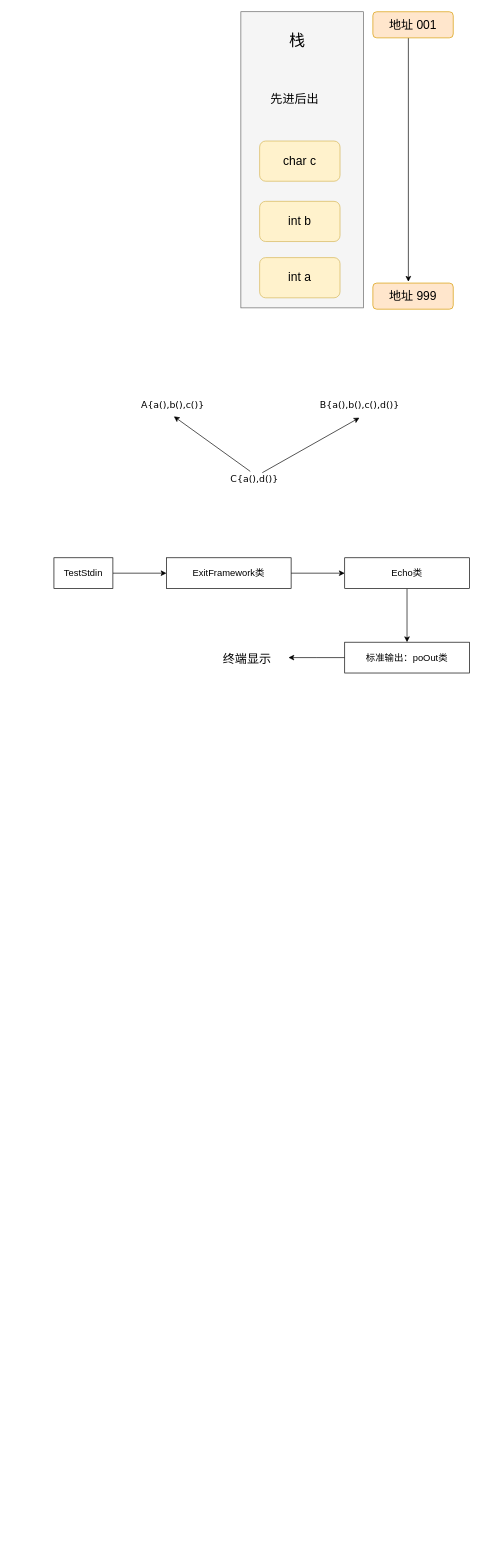
The draw.io diagram page "第 2 页" (2 of 3) of docs/workSpacePic/流程图.drawio in kenlin-00/kendall-cpp-view, before the edit. Source tidied: cells renumbered, new cells numbered last; positions are measured from the earlier drawing's top-left corner, leaving out a move shared by most shapes. Both pictures are drawn from the tidied source at 67%, with x=0, y=0 at pixel (54, 11).
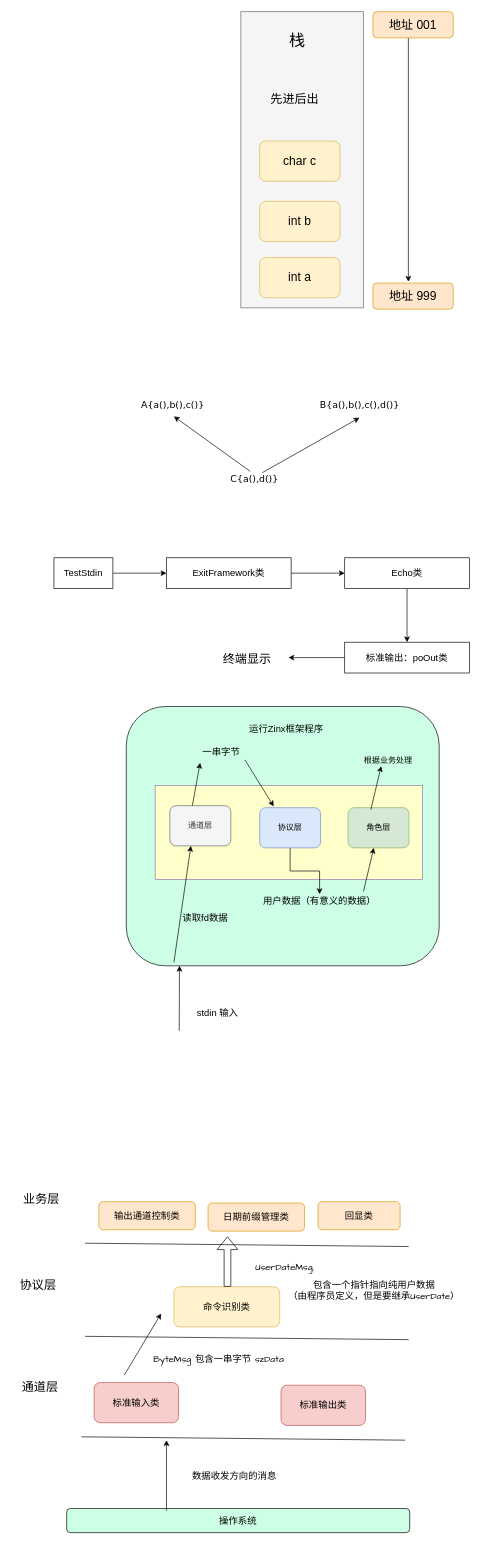
Above is the later version.

What changed in the source:
```diff
@@
+    <mxCell id="25" style="rounded=1;whiteSpace=wrap;html=1;fillColor=#CCFFE6;" parent="1" vertex="1">
+      <mxGeometry x="108" y="1037" width="467" height="387" as="geometry" />
+    </mxCell>
+    <mxCell id="26" style="rounded=0;whiteSpace=wrap;html=1;strokeColor=#9673a6;fillColor=#FFFFCC;" parent="1" vertex="1">
+      <mxGeometry x="151" y="1155" width="399" height="140" as="geometry" />
+    </mxCell>
+    <mxCell id="27" value="通道层" style="rounded=1;whiteSpace=wrap;html=1;fillColor=#f5f5f5;strokeColor=#666666;fontColor=#333333;" parent="1" vertex="1">
+      <mxGeometry x="173" y="1185" width="91" height="60" as="geometry" />
+    </mxCell>
+    <mxCell id="28" style="edgeStyle=orthogonalEdgeStyle;rounded=0;jettySize=auto;html=1;" parent="1" edge="1" source="29" target="39">
+      <mxGeometry relative="1" as="geometry" />
+    </mxCell>
+    <mxCell id="29" value="协议层" style="rounded=1;whiteSpace=wrap;html=1;fillColor=#dae8fc;strokeColor=#6c8ebf;" parent="1" vertex="1">
+      <mxGeometry x="307" y="1188" width="91" height="60" as="geometry" />
+    </mxCell>
+    <mxCell id="30" value="角色层" style="rounded=1;whiteSpace=wrap;html=1;fillColor=#d5e8d4;strokeColor=#82b366;" parent="1" vertex="1">
+      <mxGeometry x="439" y="1188" width="91" height="60" as="geometry" />
+    </mxCell>
+    <mxCell id="31" value="&lt;font style=&quot;font-size: 14px&quot;&gt;运行Zinx框架程序&lt;/font&gt;" style="text;html=1;strokeColor=none;fillColor=none;align=center;verticalAlign=middle;whiteSpace=wrap;rounded=0;" parent="1" vertex="1">
+      <mxGeometry x="268" y="1060" width="158" height="20" as="geometry" />
+    </mxCell>
+    <mxCell id="32" style="endArrow=classic;html=1;entryX=0.17;entryY=1;entryDx=0;entryDy=0;entryPerimeter=0;" parent="1" edge="1" target="25">
+      <mxGeometry relative="1" as="geometry">
+        <mxPoint x="187" y="1521" as="sourcePoint" />
+      </mxGeometry>
+    </mxCell>
+    <mxCell id="33" value="&lt;font style=&quot;font-size: 14px&quot;&gt;stdin 输入&lt;/font&gt;" style="text;html=1;strokeColor=none;fillColor=none;align=center;verticalAlign=middle;whiteSpace=wrap;rounded=0;" parent="1" vertex="1">
+      <mxGeometry x="205" y="1485" width="79" height="20" as="geometry" />
+    </mxCell>
+    <mxCell id="34" style="endArrow=classic;html=1;entryX=0.17;entryY=1;entryDx=0;entryDy=0;entryPerimeter=0;" parent="1" edge="1">
+      <mxGeometry relative="1" as="geometry">
+        <mxPoint x="179" y="1419" as="sourcePoint" />
+        <mxPoint x="204.4" y="1245" as="targetPoint" />
+      </mxGeometry>
+    </mxCell>
+    <mxCell id="35" value="&lt;font style=&quot;font-size: 14px&quot;&gt;读取fd数据&lt;/font&gt;" style="text;html=1;strokeColor=none;fillColor=none;align=center;verticalAlign=middle;whiteSpace=wrap;rounded=0;" parent="1" vertex="1">
+      <mxGeometry x="147" y="1342" width="158" height="20" as="geometry" />
+    </mxCell>
+    <mxCell id="36" style="endArrow=classic;html=1;entryX=0.236;entryY=0.217;entryDx=0;entryDy=0;entryPerimeter=0;" parent="1" edge="1" target="25">
+      <mxGeometry relative="1" as="geometry">
+        <mxPoint x="206.6" y="1185" as="sourcePoint" />
+      </mxGeometry>
+    </mxCell>
+    <mxCell id="37" value="&lt;font style=&quot;font-size: 14px&quot;&gt;一串字节&lt;/font&gt;" style="text;html=1;strokeColor=none;fillColor=none;align=center;verticalAlign=middle;whiteSpace=wrap;rounded=0;" parent="1" vertex="1">
+      <mxGeometry x="202" y="1095" width="95.5" height="20" as="geometry" />
+    </mxCell>
+    <mxCell id="38" style="endArrow=classic;html=1;exitX=0.871;exitY=1.09;exitDx=0;exitDy=0;exitPerimeter=0;" parent="1" edge="1" source="37">
+      <mxGeometry relative="1" as="geometry">
+        <mxPoint x="328" y="1186" as="targetPoint" />
+      </mxGeometry>
+    </mxCell>
+    <mxCell id="39" value="&lt;font style=&quot;font-size: 14px&quot;&gt;用户数据（有意义的数据）&lt;/font&gt;" style="text;html=1;strokeColor=none;fillColor=none;align=center;verticalAlign=middle;whiteSpace=wrap;rounded=0;" parent="1" vertex="1">
+      <mxGeometry x="291" y="1317" width="211" height="20" as="geometry" />
+    </mxCell>
+    <mxCell id="40" style="endArrow=classic;html=1;" parent="1" edge="1" target="30">
+      <mxGeometry relative="1" as="geometry">
+        <mxPoint x="462" y="1313" as="sourcePoint" />
+      </mxGeometry>
+    </mxCell>
+    <mxCell id="41" value="根据业务处理" style="text;html=1;strokeColor=none;fillColor=none;align=center;verticalAlign=middle;whiteSpace=wrap;rounded=0;" parent="1" vertex="1">
+      <mxGeometry x="459" y="1108" width="79.5" height="20" as="geometry" />
+    </mxCell>
+    <mxCell id="42" style="endArrow=classic;html=1;" parent="1" edge="1">
+      <mxGeometry relative="1" as="geometry">
+        <mxPoint x="473" y="1191" as="sourcePoint" />
+        <mxPoint x="488.4" y="1126" as="targetPoint" />
+      </mxGeometry>
+    </mxCell>
+    <mxCell id="43" style="endArrow=none;html=1;" parent="1" edge="1">
+      <mxGeometry relative="1" as="geometry">
+        <mxPoint x="46.5" y="1838" as="sourcePoint" />
+        <mxPoint x="529.5" y="1843" as="targetPoint" />
+      </mxGeometry>
+    </mxCell>
+    <mxCell id="44" style="endArrow=none;html=1;" parent="1" edge="1">
+      <mxGeometry relative="1" as="geometry">
+        <mxPoint x="46.5" y="1977" as="sourcePoint" />
+        <mxPoint x="529.5" y="1982" as="targetPoint" />
+      </mxGeometry>
+    </mxCell>
+    <mxCell id="45" style="endArrow=none;html=1;" parent="1" edge="1">
+      <mxGeometry relative="1" as="geometry">
+        <mxPoint x="41" y="2127" as="sourcePoint" />
+        <mxPoint x="524" y="2132" as="targetPoint" />
+      </mxGeometry>
+    </mxCell>
+    <mxCell id="46" value="&lt;font style=&quot;font-size: 18px&quot; face=&quot;Garamond&quot;&gt;通道层&lt;/font&gt;" style="text;html=1;strokeColor=none;fillColor=none;align=center;verticalAlign=middle;whiteSpace=wrap;rounded=0;" parent="1" vertex="1">
+      <mxGeometry x="-60" y="2043" width="79" height="20" as="geometry" />
+    </mxCell>
+    <mxCell id="47" value="&lt;font face=&quot;Comic Sans MS&quot;&gt;&lt;span style=&quot;font-size: 18px&quot;&gt;协议层&lt;/span&gt;&lt;/font&gt;" style="text;html=1;strokeColor=none;fillColor=none;align=center;verticalAlign=middle;whiteSpace=wrap;rounded=0;" parent="1" vertex="1">
+      <mxGeometry x="-63" y="1891" width="79" height="20" as="geometry" />
+    </mxCell>
+    <mxCell id="48" value="&lt;font face=&quot;Comic Sans MS&quot;&gt;&lt;span style=&quot;font-size: 18px&quot;&gt;业务层&lt;/span&gt;&lt;/font&gt;" style="text;html=1;strokeColor=none;fillColor=none;align=center;verticalAlign=middle;whiteSpace=wrap;rounded=0;" parent="1" vertex="1">
+      <mxGeometry x="-58" y="1763" width="79" height="20" as="geometry" />
+    </mxCell>
+    <mxCell id="49" value="&lt;font style=&quot;font-size: 14px&quot;&gt;操作系统&lt;/font&gt;" style="rounded=1;whiteSpace=wrap;html=1;fillColor=#CCFFE6;" parent="1" vertex="1">
+      <mxGeometry x="19" y="2234" width="512" height="36" as="geometry" />
+    </mxCell>
+    <mxCell id="50" style="endArrow=classic;html=1;" parent="1" edge="1">
+      <mxGeometry relative="1" as="geometry">
+        <mxPoint x="168" y="2237" as="sourcePoint" />
+        <mxPoint x="168" y="2132" as="targetPoint" />
+      </mxGeometry>
+    </mxCell>
+    <mxCell id="51" value="&lt;font style=&quot;font-size: 14px&quot;&gt;数据收发方向的消息&lt;/font&gt;" style="text;html=1;strokeColor=none;fillColor=none;align=center;verticalAlign=middle;whiteSpace=wrap;rounded=0;" parent="1" vertex="1">
+      <mxGeometry x="185" y="2176" width="169" height="20" as="geometry" />
+    </mxCell>
+    <mxCell id="52" value="&lt;font style=&quot;font-size: 14px&quot;&gt;标准输入类&lt;/font&gt;" style="rounded=1;whiteSpace=wrap;html=1;fillColor=#f8cecc;strokeColor=#b85450;" parent="1" vertex="1">
+      <mxGeometry x="60" y="2046" width="126" height="60" as="geometry" />
+    </mxCell>
+    <mxCell id="53" value="&lt;font style=&quot;font-size: 14px&quot;&gt;标准输出类&lt;/font&gt;" style="rounded=1;whiteSpace=wrap;html=1;fillColor=#f8cecc;strokeColor=#b85450;" parent="1" vertex="1">
+      <mxGeometry x="339" y="2050" width="126" height="60" as="geometry" />
+    </mxCell>
+    <mxCell id="54" value="&lt;font style=&quot;font-size: 14px&quot;&gt;命令识别类&lt;/font&gt;" style="rounded=1;whiteSpace=wrap;html=1;fillColor=#fff2cc;strokeColor=#d6b656;" parent="1" vertex="1">
+      <mxGeometry x="179" y="1903" width="158" height="60" as="geometry" />
+    </mxCell>
+    <mxCell id="55" value="&lt;span style=&quot;font-size: 14px&quot;&gt;输出通道控制类&lt;/span&gt;" style="rounded=1;whiteSpace=wrap;html=1;fillColor=#ffe6cc;strokeColor=#d79b00;" parent="1" vertex="1">
+      <mxGeometry x="67" y="1776" width="144" height="42" as="geometry" />
+    </mxCell>
+    <mxCell id="56" value="&lt;span style=&quot;font-size: 14px&quot;&gt;日期前缀管理类&lt;/span&gt;" style="rounded=1;whiteSpace=wrap;html=1;fillColor=#ffe6cc;strokeColor=#d79b00;" parent="1" vertex="1">
+      <mxGeometry x="230" y="1778" width="144" height="42" as="geometry" />
+    </mxCell>
+    <mxCell id="57" value="&lt;span style=&quot;font-size: 14px&quot;&gt;回显类&lt;/span&gt;" style="rounded=1;whiteSpace=wrap;html=1;fillColor=#ffe6cc;strokeColor=#d79b00;" parent="1" vertex="1">
+      <mxGeometry x="394.2" y="1776" width="122.5" height="42" as="geometry" />
+    </mxCell>
+    <mxCell id="58" style="shape=flexArrow;endArrow=classic;html=1;" parent="1" edge="1">
+      <mxGeometry relative="1" as="geometry">
+        <mxPoint x="259" y="1903" as="sourcePoint" />
+        <mxPoint x="259" y="1828" as="targetPoint" />
+      </mxGeometry>
+    </mxCell>
+    <mxCell id="59" style="endArrow=classic;html=1;" parent="1" edge="1">
+      <mxGeometry relative="1" as="geometry">
+        <mxPoint x="105" y="2035" as="sourcePoint" />
+        <mxPoint x="160" y="1943" as="targetPoint" />
+      </mxGeometry>
+    </mxCell>
+    <mxCell id="60" value="&lt;font style=&quot;font-size: 14px&quot; face=&quot;Comic Sans MS&quot;&gt;ByteMsg 包含一串字节 szData&lt;/font&gt;" style="text;html=1;strokeColor=none;fillColor=none;align=center;verticalAlign=middle;whiteSpace=wrap;rounded=0;" parent="1" vertex="1">
+      <mxGeometry x="147" y="2002" width="198" height="20" as="geometry" />
+    </mxCell>
+    <mxCell id="61" value="&lt;font style=&quot;font-size: 14px&quot; face=&quot;Comic Sans MS&quot;&gt;UserDateMsg,&lt;/font&gt;" style="text;html=1;strokeColor=none;fillColor=none;align=center;verticalAlign=middle;whiteSpace=wrap;rounded=0;" parent="1" vertex="1">
+      <mxGeometry x="284" y="1864" width="122" height="20" as="geometry" />
+    </mxCell>
+    <mxCell id="62" value="&lt;font style=&quot;font-size: 14px&quot; face=&quot;Comic Sans MS&quot;&gt;包含一个指针指向纯用户数据&lt;br&gt;（由程序员定义，但是要继承UserDate）&lt;/font&gt;" style="text;html=1;strokeColor=none;fillColor=none;align=center;verticalAlign=middle;whiteSpace=wrap;rounded=0;" parent="1" vertex="1">
+      <mxGeometry x="329" y="1896" width="298" height="26" as="geometry" />
+    </mxCell>
```
